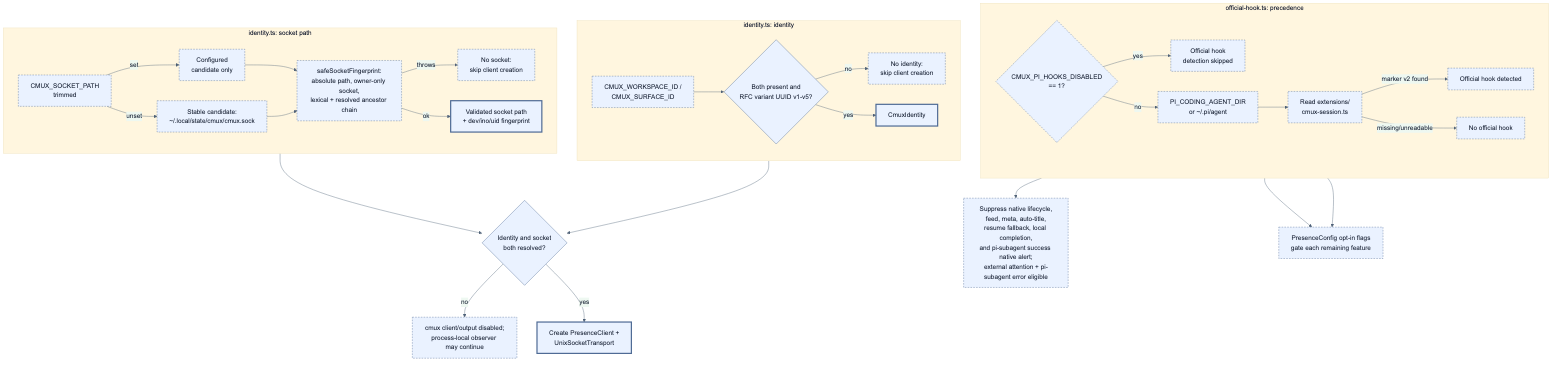
Above: docs/diagram/socket-resolution.png in spi-ca/pi-cmux-presence (Mermaid), before the change. Its source is kept beside it as docs/diagram/socket-resolution.mmd.
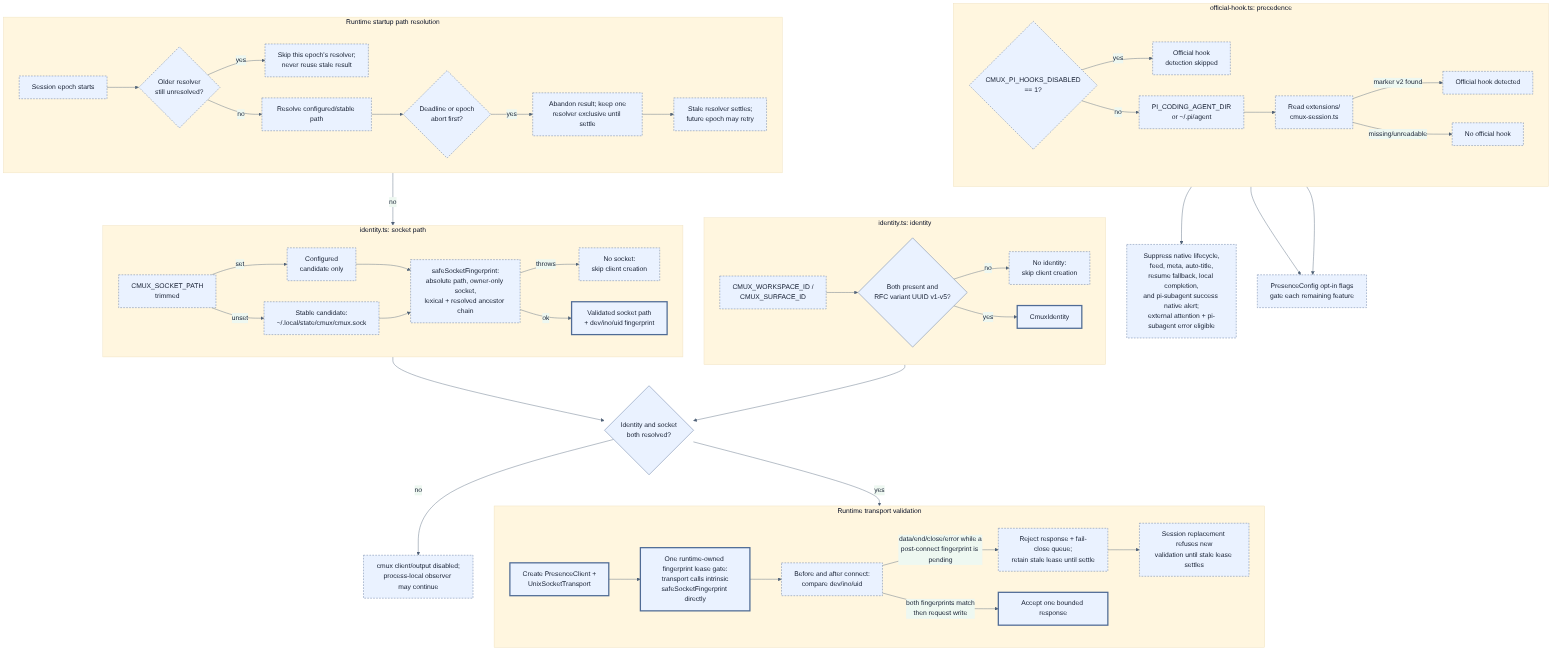
Later version of the same file.

Change to the diagram source:
```diff
@@ -20,11 +20,31 @@
     Fingerprint -->|ok| ValidSocket[Validated socket path<br/>+ dev/ino/uid fingerprint]
   end
 
+  subgraph Startup[Runtime startup path resolution]
+    direction LR
+    StartEpoch[Session epoch starts] --> Exclusive{Older resolver<br/>still unresolved?}
+    Exclusive -->|yes| SkipResolver[Skip this epoch's resolver;<br/>never reuse stale result]
+    Exclusive -->|no| Resolve[Resolve configured/stable path]
+    Resolve --> Deadline{Deadline or epoch<br/>abort first?}
+    Deadline -->|yes| Stale[Abandon result; keep one<br/>resolver exclusive until settle]
+    Deadline -->|no| ValidSocket
+    Stale --> Settles[Stale resolver settles;<br/>future epoch may retry]
+  end
+
   CmuxIdentity --> Gate
   ValidSocket --> Gate
   Gate{Identity and socket<br/>both resolved?}
   Gate -->|no| Disabled[cmux client/output disabled;<br/>process-local observer may continue]
   Gate -->|yes| ClientCreate[Create PresenceClient +<br/>UnixSocketTransport]
+
+  subgraph TransportValidation[Runtime transport validation]
+    direction LR
+    ClientCreate --> SharedGate[One runtime-owned fingerprint lease gate:<br/>transport calls intrinsic<br/>safeSocketFingerprint directly]
+    SharedGate --> Revalidate[Before and after connect:<br/>compare dev/ino/uid]
+    Revalidate -->|data/end/close/error while a<br/>post-connect fingerprint is pending| FailClose[Reject response + fail-close queue;<br/>retain stale lease until settle]
+    FailClose --> Replacement[Session replacement refuses new<br/>validation until stale lease settles]
+    Revalidate -->|both fingerprints match<br/>then request write| Exchange[Accept one bounded response]
+  end
 
   subgraph Hook[official-hook.ts: precedence]
     direction LR
@@ -40,6 +60,6 @@
   HookAbsent --> OptIn[PresenceConfig opt-in flags<br/>gate each remaining feature]
   HookOff --> OptIn
 
-  class CmuxIdentity,ValidSocket,ClientCreate core
-  class Env,Configured,Candidate1,Candidate2,Fingerprint,HookDir,HookRead,HookEnv boundary
-  class NoIdentity,NoSocket,Disabled,HookOff,HookDetected,HookAbsent,Precedence,OptIn boundary
+  class CmuxIdentity,ValidSocket,ClientCreate,SharedGate,Exchange core
+  class Env,Configured,Candidate1,Candidate2,Fingerprint,StartEpoch,Exclusive,Resolve,Deadline,Revalidate,HookDir,HookRead,HookEnv boundary
+  class NoIdentity,NoSocket,SkipResolver,Stale,Settles,Disabled,FailClose,Replacement,HookOff,HookDetected,HookAbsent,Precedence,OptIn boundary
```
